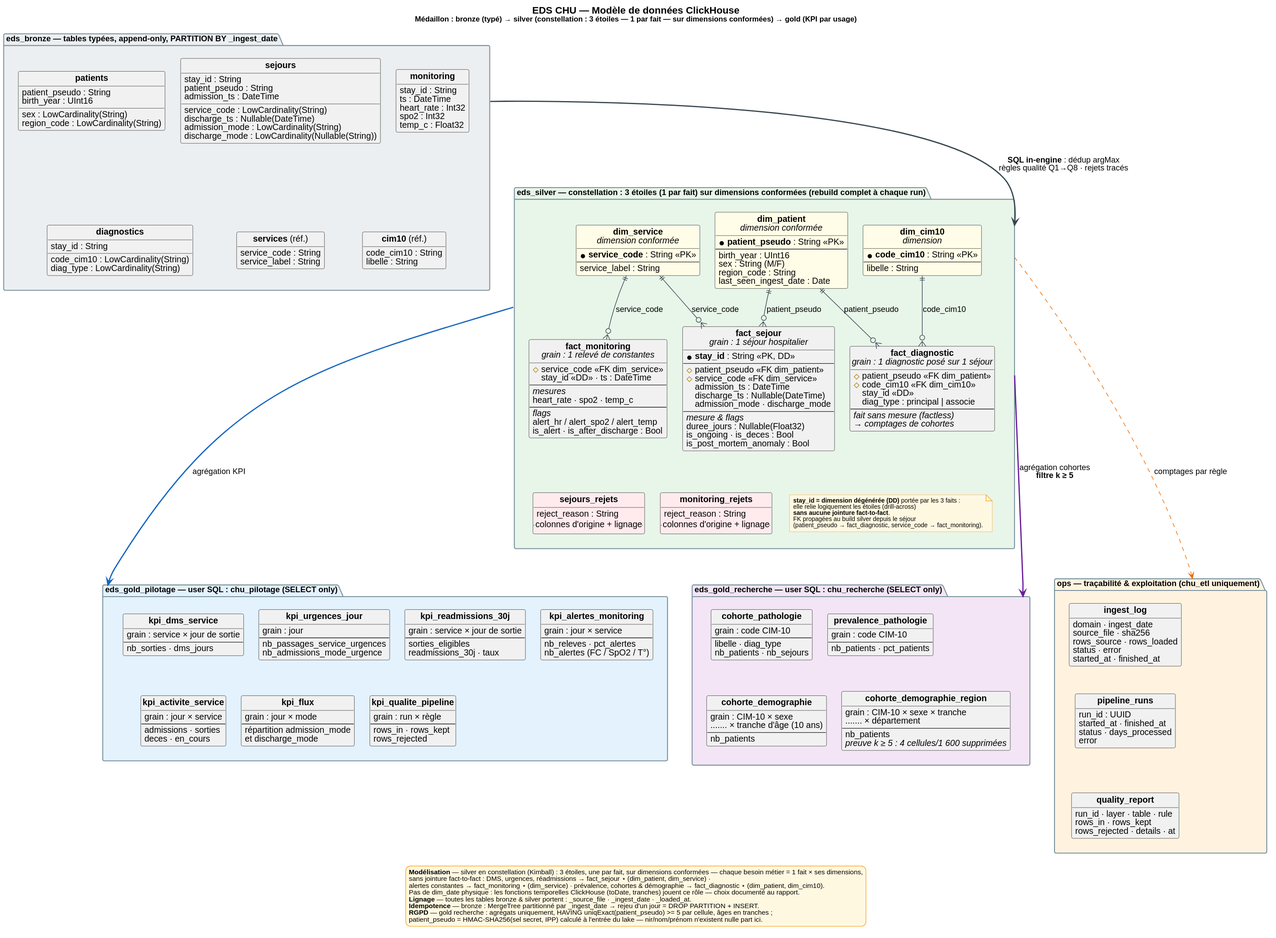
This is docs/img/eds-data-model.svg from RaptorZ99/BigData, a PlantUML export, as it was before one commit.
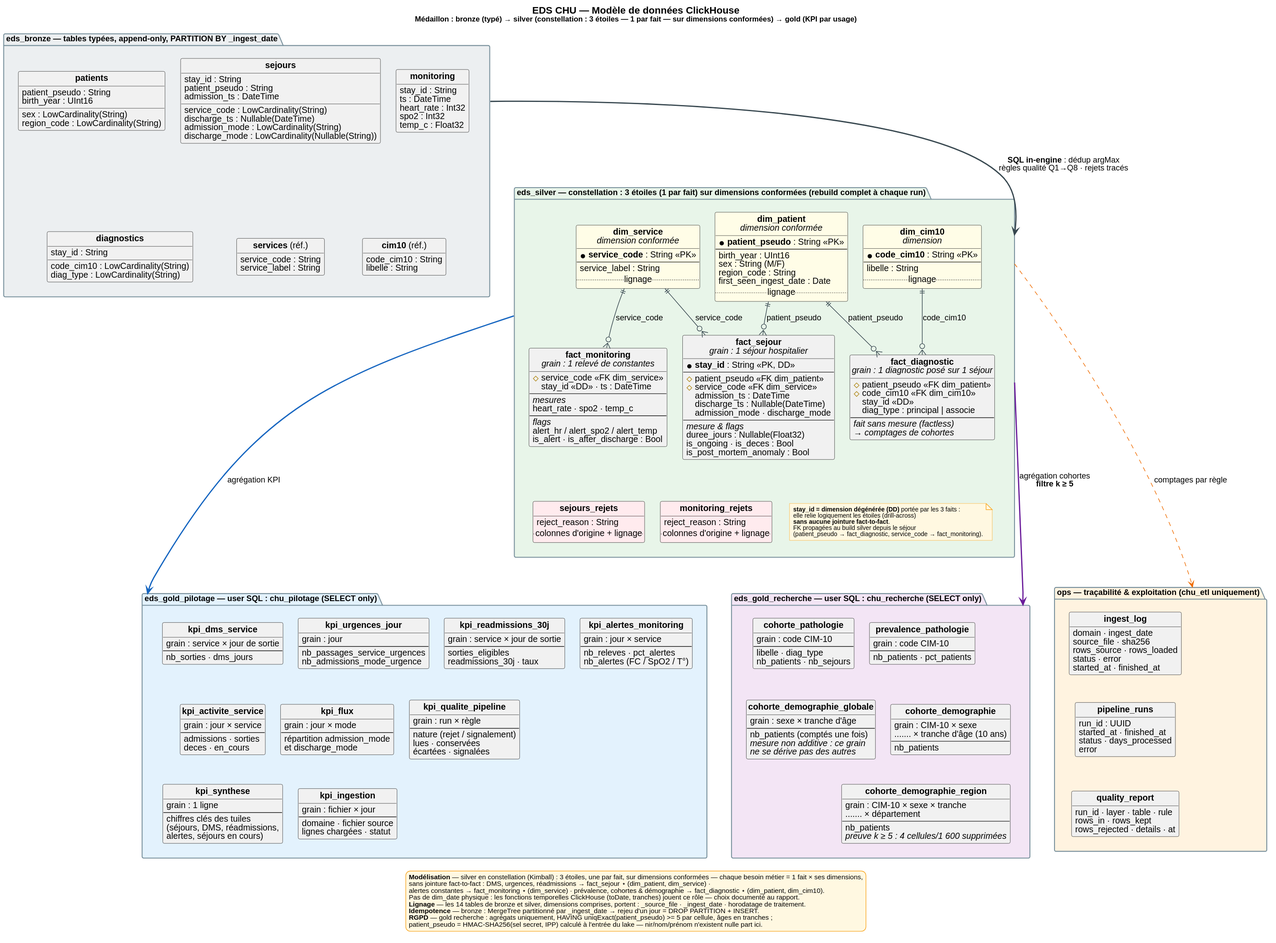
The same file after the commit.

Change to the diagram source:
```diff
@@ -80,6 +80,7 @@
     * **service_code** : String <<PK>>
     --
     service_label : String
+    ..lignage..
   }
 
   entity "**dim_patient**\n<i>dimension conformée</i>" as dim_patient #FFFDE7 {
@@ -88,13 +89,15 @@
     birth_year : UInt16
     sex : String (M/F)
     region_code : String
-    last_seen_ingest_date : Date
+    first_seen_ingest_date : Date
+    ..lignage..
   }
 
   entity "**dim_cim10**\n<i>dimension</i>" as dim_cim10 #FFFDE7 {
     * **code_cim10** : String <<PK>>
     --
     libelle : String
+    ..lignage..
   }
 
   entity "**fact_monitoring**\n<i>grain : 1 relevé de constantes</i>" as fact_monitoring {
@@ -199,8 +202,24 @@
   entity "**kpi_qualite_pipeline**" as g_qual {
     grain : run × règle
     --
-    rows_in · rows_kept
-    rows_rejected
+    nature (rejet / signalement)
+    lues · conservées
+    écartées · signalées
+  }
+
+  entity "**kpi_synthese**" as g_synth {
+    grain : 1 ligne
+    --
+    chiffres clés des tuiles
+    (séjours, DMS, réadmissions,
+    alertes, séjours en cours)
+  }
+
+  entity "**kpi_ingestion**" as g_ing {
+    grain : fichier × jour
+    --
+    domaine · fichier source
+    lignes chargées · statut
   }
 }
 
@@ -217,6 +236,14 @@
     grain : code CIM-10
     --
     nb_patients · pct_patients
+  }
+
+  entity "**cohorte_demographie_globale**" as g_demo_glob {
+    grain : sexe × tranche d'âge
+    --
+    nb_patients (comptés une fois)
+    <i>mesure non additive : ce grain</i>
+    <i>ne se dérive pas des autres</i>
   }
 
   entity "**cohorte_demographie**" as g_demo {
@@ -285,8 +312,9 @@
 s_sejours_rejets -[hidden]down- g_dms
 
 g_cohorte -[hidden]right- g_preval
-g_cohorte -[hidden]down- g_demo
-g_demo -[hidden]right- g_demo_reg
+g_cohorte -[hidden]down- g_demo_glob
+g_demo_glob -[hidden]right- g_demo
+g_demo -[hidden]down- g_demo_reg
 
 g_dms -[hidden]right- g_urg
 g_urg -[hidden]right- g_readm
@@ -294,6 +322,8 @@
 g_dms -[hidden]down- g_act
 g_act -[hidden]right- g_flux
 g_flux -[hidden]right- g_qual
+g_act -[hidden]down- g_synth
+g_synth -[hidden]right- g_ing
 
 o_ingest -[hidden]down- o_runs
 o_runs -[hidden]down- o_quality
@@ -306,7 +336,7 @@
   sans jointure fact-to-fact : DMS, urgences, réadmissions → fact_sejour ⋆ (dim_patient, dim_service) ·
   alertes constantes → fact_monitoring ⋆ (dim_service) · prévalence, cohortes & démographie → fact_diagnostic ⋆ (dim_patient, dim_cim10).
   Pas de dim_date physique : les fonctions temporelles ClickHouse (toDate, tranches) jouent ce rôle — choix documenté au rapport.
-  <b>Lignage</b> — toutes les tables bronze & silver portent : _source_file · _ingest_date · _loaded_at.
+  <b>Lignage</b> — les 14 tables de bronze et silver, dimensions comprises, portent : _source_file · _ingest_date · horodatage de traitement.
   <b>Idempotence</b> — bronze : MergeTree partitionné par _ingest_date → rejeu d'un jour = DROP PARTITION + INSERT.
   <b>RGPD</b> — gold recherche : agrégats uniquement, HAVING uniqExact(patient_pseudo) >= 5 par cellule, âges en tranches ;
   patient_pseudo = HMAC-SHA256(sel secret, IPP) calculé à l'entrée du lake — nir/nom/prénom n'existent nulle part ici.
```
